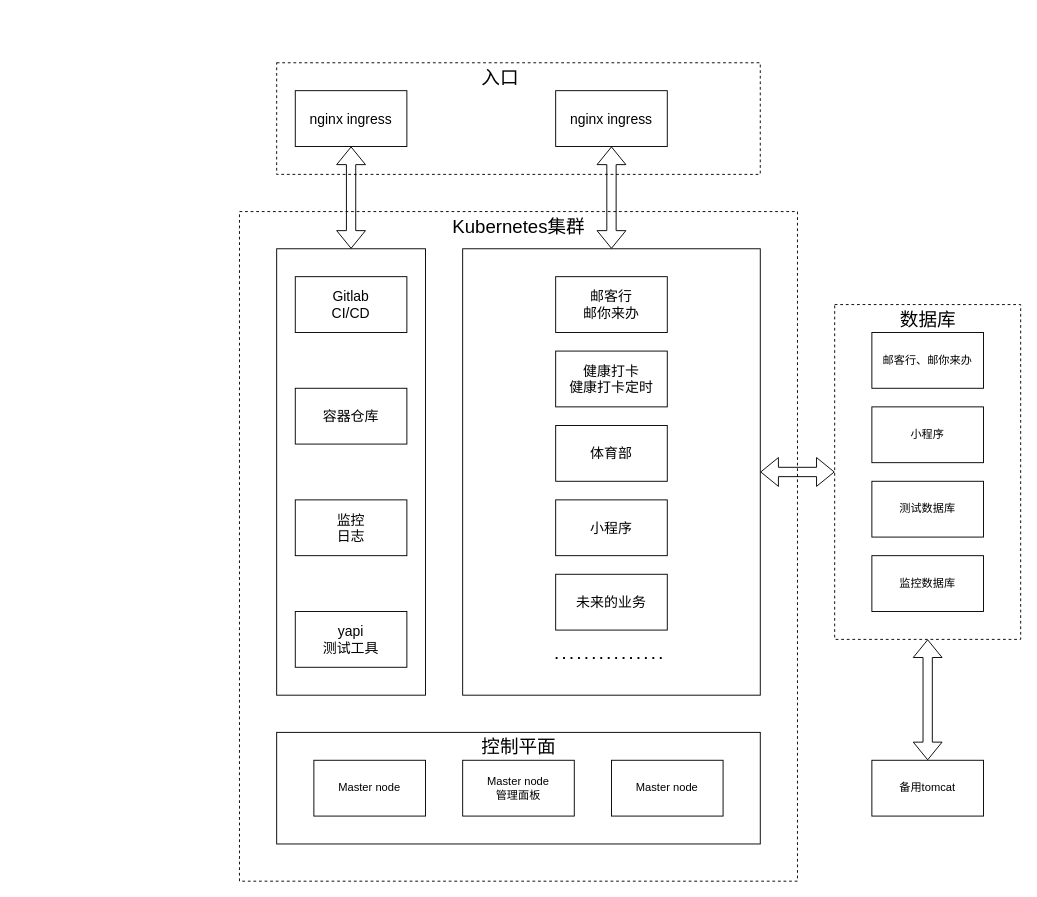
kawhicurry/picgo keeps this draw.io diagram as Qingyou-kubernetes.drawio. Above is the earlier version. Source tidied: cells renumbered, new cells numbered last; positions are measured from the earlier drawing's top-left corner, leaving out a move shared by most shapes. Both pictures are drawn from the tidied source at 93%, with x=0, y=0 at pixel (239, 62).
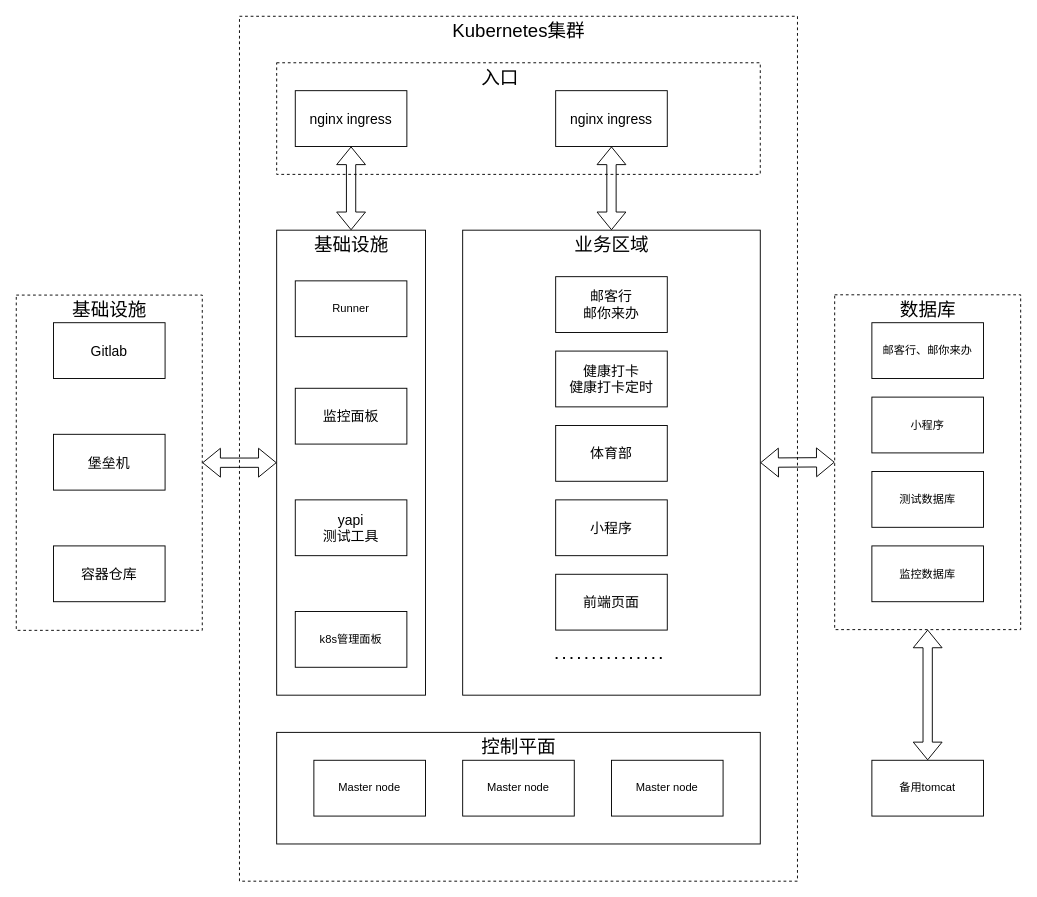
Above is the later version.

The change refers to these unchanged cells:
```xml
<mxCell id="25" value="nginx ingress" style="rounded=0;whiteSpace=wrap;html=1;glass=0;fontSize=15;fillColor=none;gradientColor=none;" parent="1" vertex="1">
  <mxGeometry x="340" y="30" width="120" height="60" as="geometry" />
</mxCell>
<mxCell id="26" value="nginx ingress" style="rounded=0;whiteSpace=wrap;html=1;glass=0;fontSize=15;fillColor=none;gradientColor=none;" parent="1" vertex="1">
  <mxGeometry x="60" y="30" width="120" height="60" as="geometry" />
</mxCell>
```

The edit, as a diff of the source:
```diff
@@
+    <mxCell id="38" style="rounded=0;whiteSpace=wrap;html=1;fillColor=none;dashed=1;" parent="1" vertex="1">
+      <mxGeometry x="-240" y="249.8" width="200" height="360.5" as="geometry" />
+    </mxCell>
     <mxCell id="2" style="rounded=0;whiteSpace=wrap;html=1;glass=0;gradientColor=none;dashed=1;fillColor=none;" parent="1" vertex="1">
-      <mxGeometry y="160" width="600" height="720" as="geometry" />
+      <mxGeometry y="-50" width="600" height="930" as="geometry" />
     </mxCell>
@@
-    <mxCell id="5" value="Master node&lt;br&gt;管理面板" style="rounded=0;whiteSpace=wrap;html=1;glass=0;fillColor=none;gradientColor=none;" parent="1" vertex="1">
+    <mxCell id="5" value="Master node" style="rounded=0;whiteSpace=wrap;html=1;glass=0;fillColor=none;gradientColor=none;" parent="1" vertex="1">
       <mxGeometry x="240" y="750" width="120" height="60" as="geometry" />
     </mxCell>
@@
     <mxCell id="7" style="rounded=0;whiteSpace=wrap;html=1;glass=0;fillColor=none;gradientColor=none;dashed=1;" parent="1" vertex="1">
-      <mxGeometry x="640" y="260" width="200" height="360" as="geometry" />
+      <mxGeometry x="640" y="249.5" width="200" height="360" as="geometry" />
     </mxCell>
@@
     <mxCell id="9" style="rounded=0;whiteSpace=wrap;html=1;glass=0;fillColor=none;gradientColor=none;" parent="1" vertex="1">
-      <mxGeometry x="40" y="200" width="160" height="480" as="geometry" />
+      <mxGeometry x="40" y="180" width="160" height="500" as="geometry" />
     </mxCell>
     <mxCell id="10" style="rounded=0;whiteSpace=wrap;html=1;glass=0;fillColor=none;gradientColor=none;" parent="1" vertex="1">
-      <mxGeometry x="240" y="200" width="320" height="480" as="geometry" />
+      <mxGeometry x="240" y="180" width="320" height="500" as="geometry" />
     </mxCell>
     <mxCell id="11" value="邮客行、邮你来办" style="rounded=0;whiteSpace=wrap;html=1;glass=0;fillColor=none;gradientColor=none;" parent="1" vertex="1">
-      <mxGeometry x="680" y="290" width="120" height="60" as="geometry" />
+      <mxGeometry x="680" y="279.5" width="120" height="60" as="geometry" />
     </mxCell>
     <mxCell id="12" value="小程序" style="rounded=0;whiteSpace=wrap;html=1;glass=0;fillColor=none;gradientColor=none;" parent="1" vertex="1">
-      <mxGeometry x="680" y="370" width="120" height="60" as="geometry" />
+      <mxGeometry x="680" y="359.5" width="120" height="60" as="geometry" />
     </mxCell>
     <mxCell id="13" value="测试数据库" style="rounded=0;whiteSpace=wrap;html=1;glass=0;fillColor=none;gradientColor=none;" parent="1" vertex="1">
-      <mxGeometry x="680" y="450" width="120" height="60" as="geometry" />
+      <mxGeometry x="680" y="439.5" width="120" height="60" as="geometry" />
     </mxCell>
     <mxCell id="14" value="监控数据库" style="rounded=0;whiteSpace=wrap;html=1;glass=0;fillColor=none;gradientColor=none;" parent="1" vertex="1">
-      <mxGeometry x="680" y="530" width="120" height="60" as="geometry" />
+      <mxGeometry x="680" y="519.5" width="120" height="60" as="geometry" />
     </mxCell>
-    <mxCell id="15" value="Gitlab&lt;br&gt;CI/CD" style="rounded=0;whiteSpace=wrap;html=1;glass=0;fontSize=15;fillColor=none;gradientColor=none;" parent="1" vertex="1">
-      <mxGeometry x="60" y="230" width="120" height="60" as="geometry" />
+    <mxCell id="15" value="Gitlab" style="rounded=0;whiteSpace=wrap;html=1;glass=0;fontSize=15;fillColor=none;gradientColor=none;" parent="1" vertex="1">
+      <mxGeometry x="-200" y="279.5" width="120" height="60" as="geometry" />
     </mxCell>
     <mxCell id="16" value="yapi&lt;br&gt;测试工具" style="rounded=0;whiteSpace=wrap;html=1;glass=0;fontSize=15;fillColor=none;gradientColor=none;" parent="1" vertex="1">
-      <mxGeometry x="60" y="590" width="120" height="60" as="geometry" />
+      <mxGeometry x="60" y="470" width="120" height="60" as="geometry" />
     </mxCell>
-    <mxCell id="17" value="监控&lt;br&gt;日志" style="rounded=0;whiteSpace=wrap;html=1;glass=0;fontSize=15;fillColor=none;gradientColor=none;" parent="1" vertex="1">
-      <mxGeometry x="60" y="470" width="120" height="60" as="geometry" />
+    <mxCell id="17" value="监控面板" style="rounded=0;whiteSpace=wrap;html=1;glass=0;fontSize=15;fillColor=none;gradientColor=none;" parent="1" vertex="1">
+      <mxGeometry x="60" y="350" width="120" height="60" as="geometry" />
     </mxCell>
@@
-    <mxCell id="22" value="未来的业务" style="rounded=0;whiteSpace=wrap;html=1;glass=0;fontSize=15;fillColor=none;gradientColor=none;" parent="1" vertex="1">
+    <mxCell id="22" value="前端页面" style="rounded=0;whiteSpace=wrap;html=1;glass=0;fontSize=15;fillColor=none;gradientColor=none;" parent="1" vertex="1">
       <mxGeometry x="340" y="550" width="120" height="60" as="geometry" />
     </mxCell>
@@
     <mxCell id="24" value="容器仓库" style="rounded=0;whiteSpace=wrap;html=1;glass=0;fontSize=15;fillColor=none;gradientColor=none;" parent="1" vertex="1">
-      <mxGeometry x="60" y="350" width="120" height="60" as="geometry" />
+      <mxGeometry x="-200" y="519.5" width="120" height="60" as="geometry" />
     </mxCell>
@@
     <mxCell id="27" value="&lt;font style=&quot;font-size: 20px;&quot;&gt;数据库&lt;/font&gt;" style="text;html=1;align=center;verticalAlign=middle;fillColor=none;strokeColor=none;rounded=0;glass=0;dashed=1;fontSize=15;" parent="1" vertex="1">
-      <mxGeometry x="700" y="260" width="80" height="30" as="geometry" />
+      <mxGeometry x="700" y="249.5" width="80" height="30" as="geometry" />
     </mxCell>
     <mxCell id="28" value="&lt;font style=&quot;font-size: 20px;&quot;&gt;Kubernetes集群&lt;/font&gt;" style="text;html=1;align=center;verticalAlign=middle;fillColor=none;strokeColor=none;rounded=0;glass=0;dashed=1;fontSize=15;" parent="1" vertex="1">
-      <mxGeometry x="220" y="160" width="160" height="30" as="geometry" />
+      <mxGeometry x="220" y="-50" width="160" height="30" as="geometry" />
     </mxCell>
@@
     <mxCell id="33" style="shape=flexArrow;endArrow=classic;startArrow=classic;html=1;rounded=0;fontSize=20;entryX=0.5;entryY=1;entryDx=0;entryDy=0;" parent="1" edge="1" target="26">
       <mxGeometry relative="1" as="geometry">
-        <mxPoint x="120" y="200" as="sourcePoint" />
+        <mxPoint x="120" y="180" as="sourcePoint" />
       </mxGeometry>
     </mxCell>
-    <mxCell id="34" style="shape=flexArrow;endArrow=classic;startArrow=classic;html=1;rounded=0;fontSize=20;entryX=0.5;entryY=1;entryDx=0;entryDy=0;" parent="1" edge="1" target="25">
-      <mxGeometry relative="1" as="geometry">
-        <mxPoint x="400" y="200" as="sourcePoint" />
-      </mxGeometry>
+    <mxCell id="34" style="shape=flexArrow;endArrow=classic;startArrow=classic;html=1;rounded=0;fontSize=20;entryX=0.5;entryY=1;entryDx=0;entryDy=0;exitX=0.5;exitY=0;exitDx=0;exitDy=0;" parent="1" edge="1" source="10" target="25">
+      <mxGeometry relative="1" as="geometry" />
     </mxCell>
@@
+    <mxCell id="39" value="&lt;span style=&quot;font-size: 20px;&quot;&gt;基础设施&lt;/span&gt;" style="text;html=1;align=center;verticalAlign=middle;fillColor=none;strokeColor=none;rounded=0;glass=0;dashed=1;fontSize=15;" parent="1" vertex="1">
+      <mxGeometry x="70" y="180" width="100" height="30" as="geometry" />
+    </mxCell>
+    <mxCell id="40" value="&lt;span style=&quot;font-size: 20px;&quot;&gt;业务区域&lt;/span&gt;" style="text;html=1;align=center;verticalAlign=middle;fillColor=none;strokeColor=none;rounded=0;glass=0;dashed=1;fontSize=15;" parent="1" vertex="1">
+      <mxGeometry x="350" y="180" width="100" height="30" as="geometry" />
+    </mxCell>
+    <mxCell id="41" value="Runner" style="rounded=0;whiteSpace=wrap;html=1;fillColor=none;" parent="1" vertex="1">
+      <mxGeometry x="60" y="234.5" width="120" height="60" as="geometry" />
+    </mxCell>
+    <mxCell id="42" value="k8s管理面板" style="rounded=0;whiteSpace=wrap;html=1;fillColor=none;" parent="1" vertex="1">
+      <mxGeometry x="60" y="590" width="120" height="60" as="geometry" />
+    </mxCell>
+    <mxCell id="43" value="&lt;font style=&quot;font-size: 20px;&quot;&gt;基础设施&lt;/font&gt;" style="text;html=1;align=center;verticalAlign=middle;fillColor=none;strokeColor=none;rounded=0;glass=0;dashed=1;fontSize=15;" parent="1" vertex="1">
+      <mxGeometry x="-190" y="249.5" width="100" height="30" as="geometry" />
+    </mxCell>
+    <mxCell id="44" style="shape=flexArrow;endArrow=classic;startArrow=classic;html=1;rounded=0;entryX=0;entryY=0.5;entryDx=0;entryDy=0;exitX=1;exitY=0.5;exitDx=0;exitDy=0;" parent="1" edge="1" source="38" target="9">
+      <mxGeometry relative="1" as="geometry" />
+    </mxCell>
+    <mxCell id="45" value="堡垒机" style="rounded=0;whiteSpace=wrap;html=1;glass=0;fontSize=15;fillColor=none;gradientColor=none;" parent="1" vertex="1">
+      <mxGeometry x="-200" y="399.5" width="120" height="60" as="geometry" />
+    </mxCell>
```
